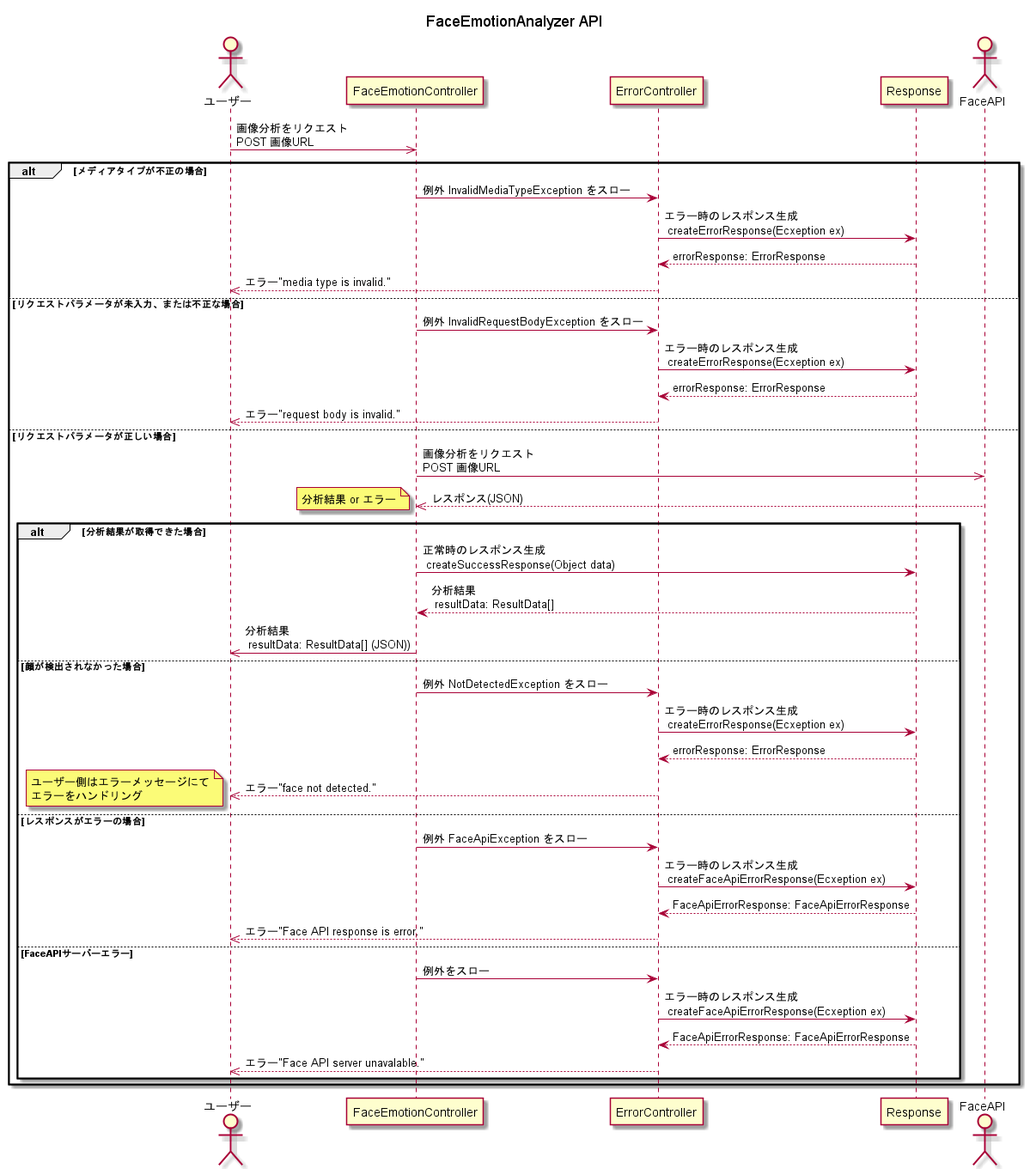
The PlantUML diagram out/doc/uml/seqDaigApi/FaceEmotionAnalyzer API.png in nishikawa1114/FaceEmotionSystem, before a commit.
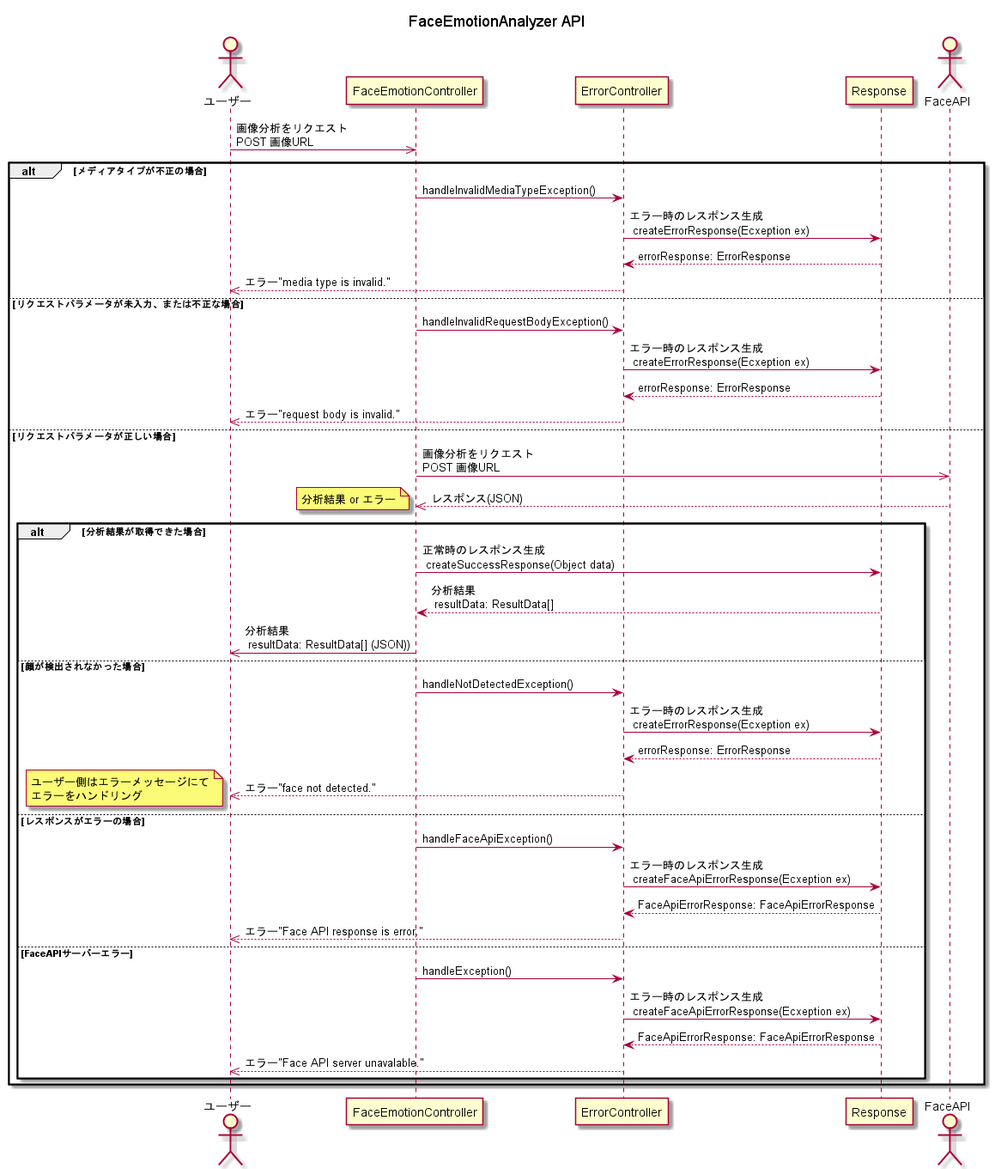
After the change.

Commit message:
シーケンス図　例外の記述を削除

The edit, as a diff of the source:
```diff
@@ -10,13 +10,13 @@
 ユーザー ->> FaceEmotionController: 画像分析をリクエスト\nPOST 画像URL
 
 alt メディアタイプが不正の場合
-    FaceEmotionController -> ErrorController: 例外 InvalidMediaTypeException をスロー
+    FaceEmotionController -> ErrorController: handleInvalidMediaTypeException()
     ErrorController -> Response: エラー時のレスポンス生成\n createErrorResponse(Ecxeption ex)
     ErrorController <-- Response: errorResponse: ErrorResponse
     ユーザー <<-- ErrorController: エラー"media type is invalid."
 
 else リクエストパラメータが未入力、または不正な場合
-    FaceEmotionController -> ErrorController: 例外 InvalidRequestBodyException をスロー
+    FaceEmotionController -> ErrorController: handleInvalidRequestBodyException()
     ErrorController -> Response: エラー時のレスポンス生成\n createErrorResponse(Ecxeption ex)
     ErrorController <-- Response: errorResponse: ErrorResponse
     ユーザー <<-- ErrorController: エラー"request body is invalid."
@@ -31,26 +31,22 @@
         FaceEmotionController <-- Response: 分析結果\n resultData: ResultData[]
         ユーザー <<- FaceEmotionController: 分析結果\n resultData: ResultData[] (JSON))
     else 顔が検出されなかった場合
-        FaceEmotionController -> ErrorController: 例外 NotDetectedException をスロー
+        FaceEmotionController -> ErrorController: handleNotDetectedException()
         ErrorController -> Response: エラー時のレスポンス生成\n createErrorResponse(Ecxeption ex)
         ErrorController <-- Response: errorResponse: ErrorResponse
         ユーザー <<-- ErrorController: エラー"face not detected."
         note left : ユーザー側はエラーメッセージにて\nエラーをハンドリング
     else レスポンスがエラーの場合
-        FaceEmotionController -> ErrorController: 例外 FaceApiException をスロー
+        FaceEmotionController -> ErrorController: handleFaceApiException()
         ErrorController -> Response: エラー時のレスポンス生成\n createFaceApiErrorResponse(Ecxeption ex)
         ErrorController <-- Response: FaceApiErrorResponse: FaceApiErrorResponse
         ユーザー <<-- ErrorController: エラー"Face API response is error."
     else FaceAPIサーバーエラー
-        FaceEmotionController -> ErrorController: 例外をスロー
+        FaceEmotionController -> ErrorController: handleException()
         ErrorController -> Response: エラー時のレスポンス生成\n createFaceApiErrorResponse(Ecxeption ex)
         ErrorController <-- Response: FaceApiErrorResponse: FaceApiErrorResponse
         ユーザー <<-- ErrorController: エラー"Face API server unavalable."
     end
 
-
-
-
 end
-
 @enduml
```
